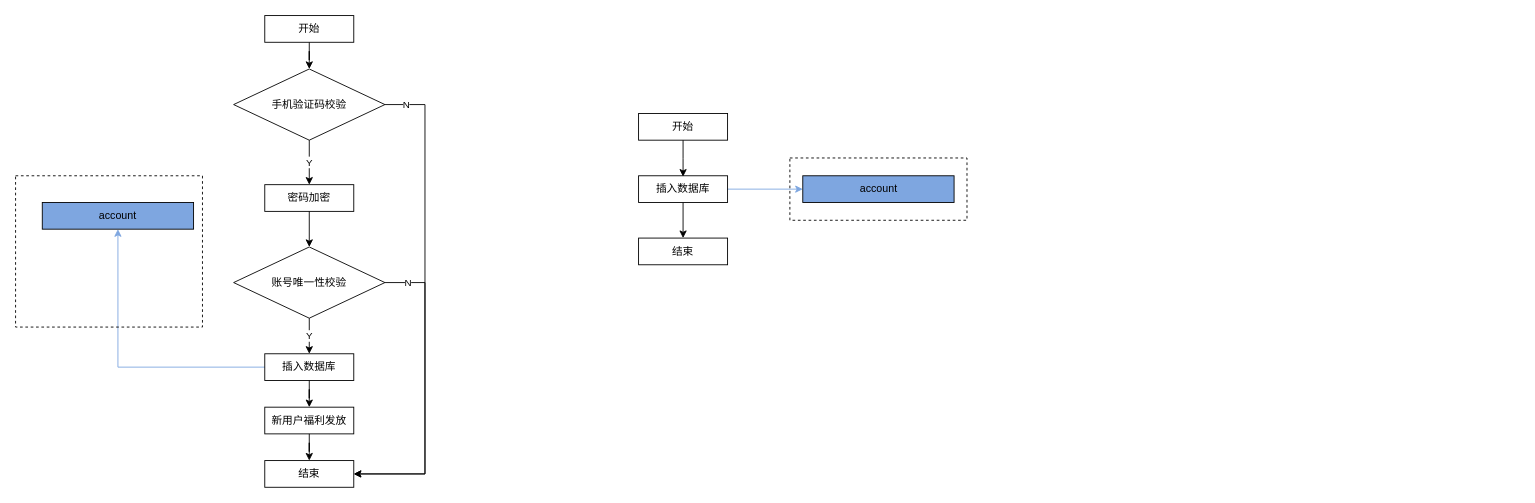
Before: 登录注册.drawio in RainbowJier/Short_Chain, a draw.io diagram. Source tidied: cells renumbered, new cells numbered last; positions are measured from the earlier drawing's top-left corner, leaving out a move shared by most shapes. Both pictures are drawn from the tidied source at 89%, with x=0, y=0 at pixel (15, 15).
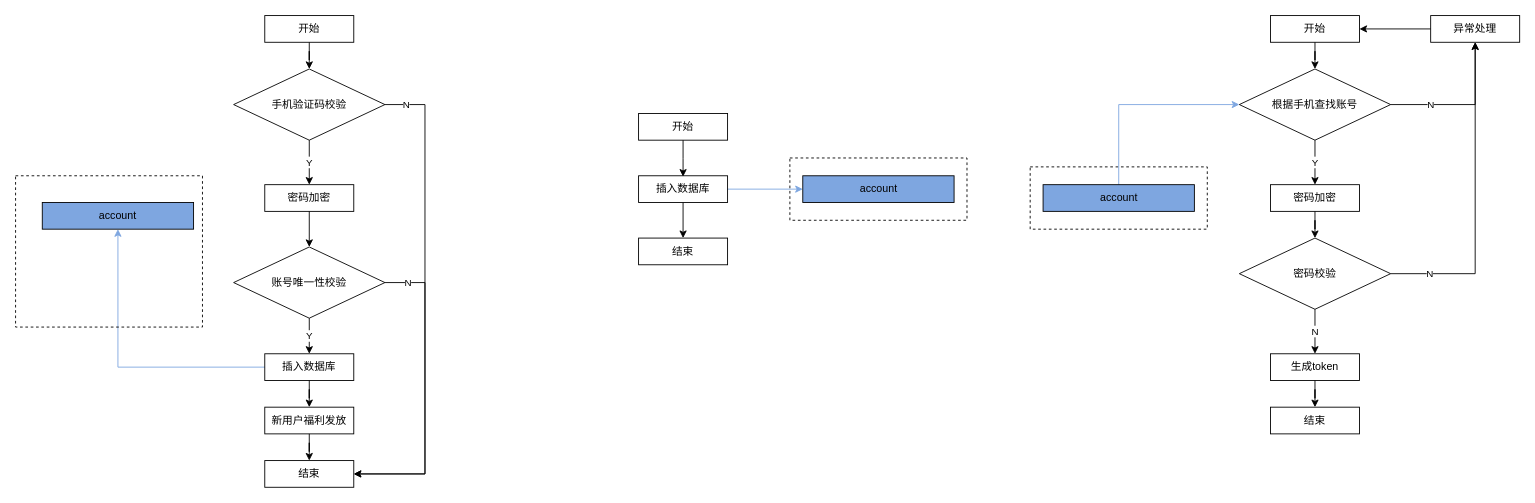
The same page after the edit.

Commit message:
更新登录注册.drawio

Change to the diagram source:
```diff
@@
+    <mxCell id="28" style="edgeStyle=orthogonalEdgeStyle;rounded=0;jettySize=auto;html=1;" parent="1" edge="1" source="29" target="32">
+      <mxGeometry relative="1" as="geometry" />
+    </mxCell>
+    <mxCell id="29" value="开始" style="rounded=0;whiteSpace=wrap;html=1;fillColor=none;" parent="1" vertex="1">
+      <mxGeometry x="1410" width="100" height="30" as="geometry" />
+    </mxCell>
+    <mxCell id="30" value="Y" style="edgeStyle=orthogonalEdgeStyle;rounded=0;jettySize=auto;html=1;" parent="1" edge="1" source="32" target="34">
+      <mxGeometry relative="1" as="geometry" />
+    </mxCell>
+    <mxCell id="31" value="N" style="edgeStyle=orthogonalEdgeStyle;rounded=0;jettySize=auto;html=1;entryX=0.5;entryY=1;entryDx=0;entryDy=0;" parent="1" edge="1" source="32" target="45">
+      <mxGeometry x="-0.45" relative="1" as="geometry" />
+    </mxCell>
+    <mxCell id="32" value="根据手机查找账号" style="rhombus;whiteSpace=wrap;html=1;fillColor=none;" parent="1" vertex="1">
+      <mxGeometry x="1375" y="60" width="170" height="80" as="geometry" />
+    </mxCell>
+    <mxCell id="33" style="edgeStyle=orthogonalEdgeStyle;rounded=0;jettySize=auto;html=1;" parent="1" edge="1" source="34" target="43">
+      <mxGeometry relative="1" as="geometry" />
+    </mxCell>
+    <mxCell id="34" value="密码加密" style="rounded=0;whiteSpace=wrap;html=1;fillColor=none;" parent="1" vertex="1">
+      <mxGeometry x="1410" y="190" width="100" height="30" as="geometry" />
+    </mxCell>
+    <mxCell id="35" value="结束" style="rounded=0;whiteSpace=wrap;html=1;fillColor=none;" parent="1" vertex="1">
+      <mxGeometry x="1410" y="440" width="100" height="30" as="geometry" />
+    </mxCell>
+    <mxCell id="36" style="rounded=0;whiteSpace=wrap;html=1;fillColor=none;dashed=1;" parent="1" vertex="1">
+      <mxGeometry x="1140" y="170" width="199" height="70" as="geometry" />
+    </mxCell>
+    <mxCell id="37" style="edgeStyle=orthogonalEdgeStyle;rounded=0;jettySize=auto;html=1;entryX=0;entryY=0.5;entryDx=0;entryDy=0;strokeColor=#7EA6E0;" parent="1" edge="1" source="38" target="32">
+      <mxGeometry relative="1" as="geometry">
+        <Array as="points">
+          <mxPoint x="1240" y="100" />
+        </Array>
+      </mxGeometry>
+    </mxCell>
+    <mxCell id="38" value="account" style="rounded=0;whiteSpace=wrap;html=1;fillColor=#7EA6E0;" parent="1" vertex="1">
+      <mxGeometry x="1154.5" y="190" width="170" height="30" as="geometry" />
+    </mxCell>
+    <mxCell id="39" style="edgeStyle=orthogonalEdgeStyle;rounded=0;jettySize=auto;html=1;" parent="1" edge="1" source="40" target="35">
+      <mxGeometry relative="1" as="geometry" />
+    </mxCell>
+    <mxCell id="40" value="生成token" style="rounded=0;whiteSpace=wrap;html=1;fillColor=none;" parent="1" vertex="1">
+      <mxGeometry x="1410" y="380" width="100" height="30" as="geometry" />
+    </mxCell>
+    <mxCell id="41" value="N" style="edgeStyle=orthogonalEdgeStyle;rounded=0;jettySize=auto;html=1;" parent="1" edge="1" source="43" target="40">
+      <mxGeometry relative="1" as="geometry" />
+    </mxCell>
+    <mxCell id="42" value="N" style="edgeStyle=orthogonalEdgeStyle;rounded=0;jettySize=auto;html=1;entryX=0.5;entryY=1;entryDx=0;entryDy=0;" parent="1" edge="1" source="43" target="45">
+      <mxGeometry x="-0.75" relative="1" as="geometry" />
+    </mxCell>
+    <mxCell id="43" value="密码校验" style="rhombus;whiteSpace=wrap;html=1;fillColor=none;" parent="1" vertex="1">
+      <mxGeometry x="1375" y="250" width="170" height="80" as="geometry" />
+    </mxCell>
+    <mxCell id="44" style="edgeStyle=orthogonalEdgeStyle;rounded=0;jettySize=auto;html=1;" parent="1" edge="1" source="45" target="29">
+      <mxGeometry relative="1" as="geometry" />
+    </mxCell>
+    <mxCell id="45" value="异常处理" style="rounded=0;whiteSpace=wrap;html=1;fillColor=none;" parent="1" vertex="1">
+      <mxGeometry x="1590" width="100" height="30" as="geometry" />
+    </mxCell>
```
